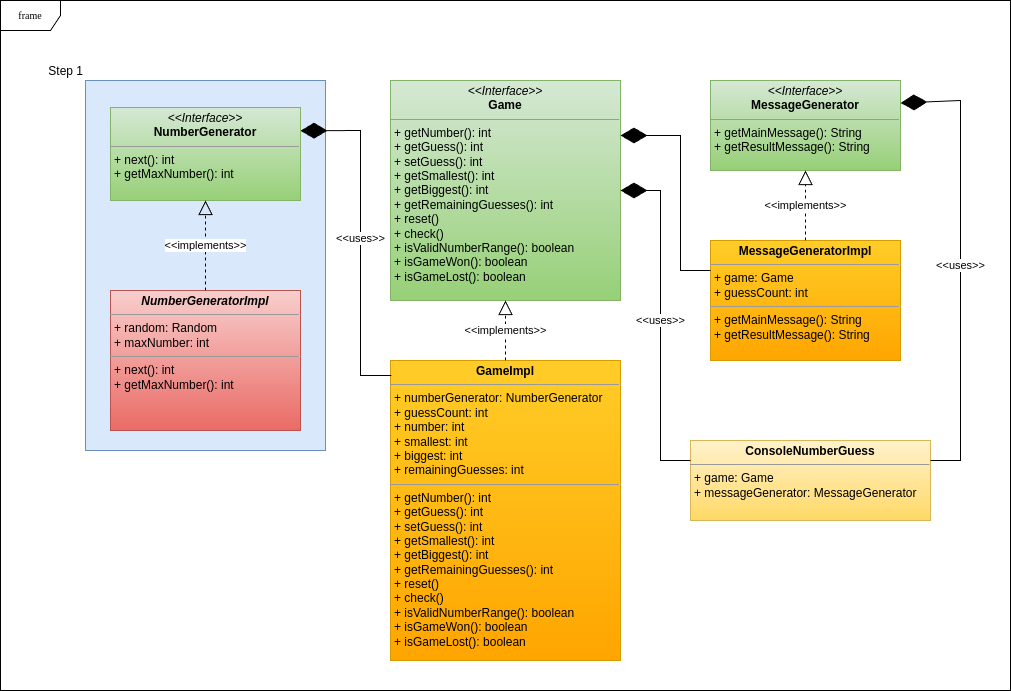
Before: guess-the-number-game-uml.png, a diagram exported from draw.io (yesiamanerd/guess-the-number-game). Source tidied: cells renumbered, new cells last; positions are measured from the earlier drawing's top-left corner, leaving out a move shared by most shapes.
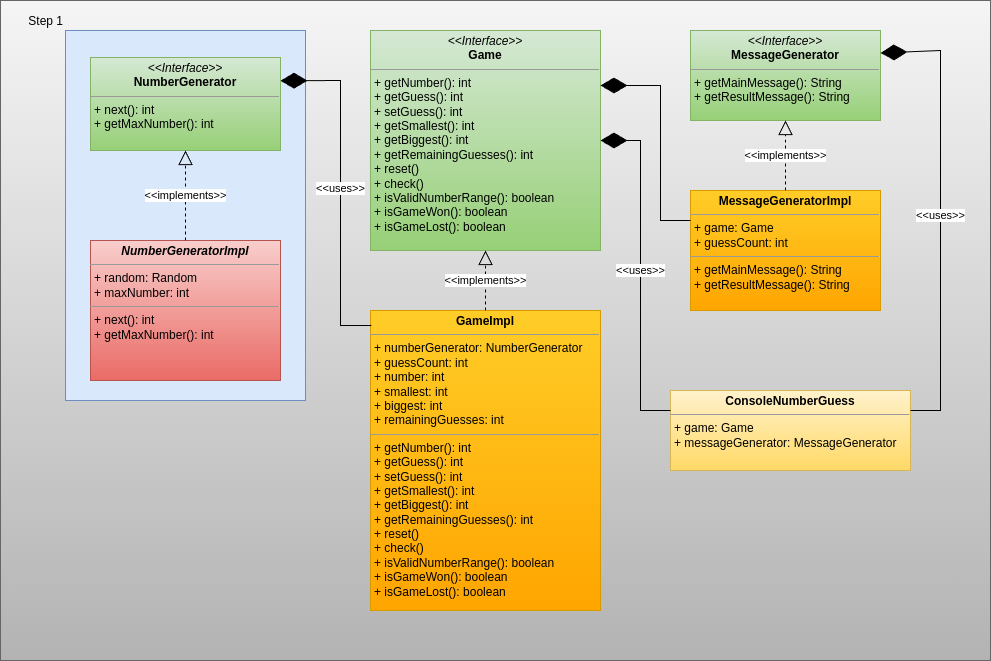
Later version of the same file.

Change to the diagram source:
```diff
@@ -2,12 +2,12 @@
   <root>
     <mxCell id="0" />
     <mxCell id="1" parent="0" />
+    <mxCell id="18" style="rounded=0;whiteSpace=wrap;html=1;fillColor=#f5f5f5;gradientColor=#b3b3b3;strokeColor=#666666;" parent="1" vertex="1">
+      <mxGeometry x="20" y="50" width="990" height="660" as="geometry" />
+    </mxCell>
     <mxCell id="2" value="Step 1" style="rounded=0;whiteSpace=wrap;html=1;fillColor=#dae8fc;strokeColor=#6c8ebf;align=right;labelPosition=left;verticalLabelPosition=top;verticalAlign=bottom;" parent="1" vertex="1">
       <mxGeometry x="85" y="80" width="240" height="370" as="geometry" />
     </mxCell>
-    <mxCell id="3" value="frame" style="shape=umlFrame;whiteSpace=wrap;html=1;rounded=0;shadow=0;comic=0;labelBackgroundColor=none;strokeWidth=1;fontFamily=Verdana;fontSize=10;align=center;" parent="1" vertex="1">
-      <mxGeometry width="1010" height="690" as="geometry" />
-    </mxCell>
     <mxCell id="4" value="&lt;p style=&quot;margin:0px;margin-top:4px;text-align:center;&quot;&gt;&lt;i&gt;&amp;lt;&amp;lt;Interface&amp;gt;&amp;gt;&lt;/i&gt;&lt;br&gt;&lt;b&gt;MessageGenerator&lt;/b&gt;&lt;/p&gt;&lt;hr size=&quot;1&quot;&gt;&lt;p style=&quot;margin:0px;margin-left:4px;&quot;&gt;+ getMainMessage(): String&lt;br&gt;+ getResultMessage(): String&lt;/p&gt;" style="verticalAlign=top;align=left;overflow=fill;fontSize=12;fontFamily=Helvetica;html=1;rounded=0;shadow=0;comic=0;labelBackgroundColor=none;strokeWidth=1;fillColor=#d5e8d4;strokeColor=#82b366;gradientColor=#97d077;" parent="1" vertex="1">
       <mxGeometry x="710" y="80" width="190" height="90" as="geometry" />
     </mxCell>
```
